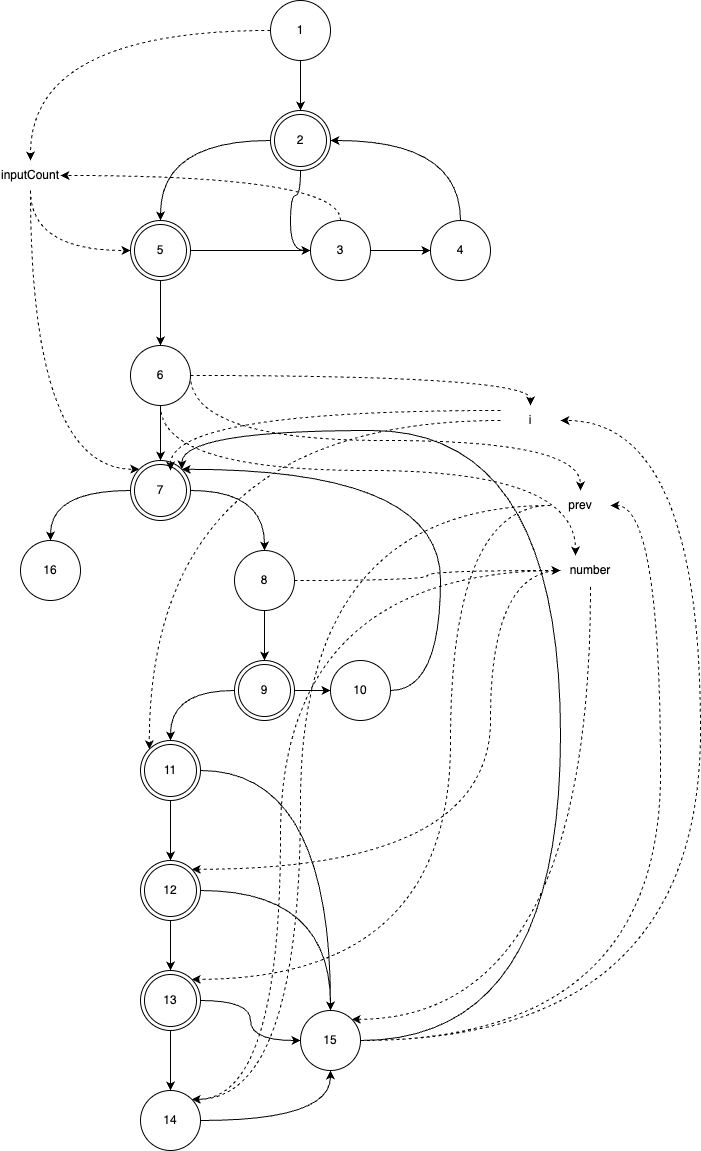
This is images/infoflow.png from sersh4nt/tpo, a draw.io export, as it was before one commit. Source tidied: cells renumbered, new cells last; positions are measured from the earlier drawing's top-left corner, leaving out a move shared by most shapes. Its diagram source:
```xml
<mxGraphModel>
  <root>
    <mxCell id="0" />
    <mxCell id="1" parent="0" />
    <mxCell id="2" style="edgeStyle=orthogonalEdgeStyle;curved=1;rounded=0;jettySize=auto;html=1;" parent="1" edge="1" source="4" target="16">
      <mxGeometry relative="1" as="geometry" />
    </mxCell>
    <mxCell id="3" style="edgeStyle=orthogonalEdgeStyle;curved=1;rounded=0;jettySize=auto;html=1;entryX=0;entryY=0.5;entryDx=0;entryDy=0;exitX=0.5;exitY=1;exitDx=0;exitDy=0;" parent="1" edge="1" source="4" target="11">
      <mxGeometry relative="1" as="geometry" />
    </mxCell>
    <mxCell id="4" value="2" style="ellipse;shape=doubleEllipse;whiteSpace=wrap;html=1;" parent="1" vertex="1">
      <mxGeometry x="270" y="110" width="60" height="60" as="geometry" />
    </mxCell>
    <mxCell id="5" style="edgeStyle=orthogonalEdgeStyle;rounded=0;jettySize=auto;html=1;curved=1;" parent="1" edge="1" source="7" target="4">
      <mxGeometry relative="1" as="geometry" />
    </mxCell>
    <mxCell id="6" style="edgeStyle=orthogonalEdgeStyle;rounded=0;jettySize=auto;html=1;curved=1;dashed=1;" parent="1" edge="1" source="7" target="52">
      <mxGeometry relative="1" as="geometry" />
    </mxCell>
    <mxCell id="7" value="1" style="ellipse;whiteSpace=wrap;html=1;" parent="1" vertex="1">
      <mxGeometry x="270" width="60" height="60" as="geometry" />
    </mxCell>
    <mxCell id="8" style="edgeStyle=orthogonalEdgeStyle;rounded=0;jettySize=auto;html=1;curved=1;" parent="1" edge="1" source="11" target="13">
      <mxGeometry relative="1" as="geometry" />
    </mxCell>
    <mxCell id="9" style="edgeStyle=orthogonalEdgeStyle;curved=1;rounded=0;jettySize=auto;html=1;" parent="1" edge="1" source="11" target="13">
      <mxGeometry relative="1" as="geometry" />
    </mxCell>
    <mxCell id="10" style="edgeStyle=orthogonalEdgeStyle;curved=1;rounded=0;jettySize=auto;html=1;entryX=1;entryY=0.5;entryDx=0;entryDy=0;dashed=1;" parent="1" edge="1" source="11" target="52">
      <mxGeometry relative="1" as="geometry">
        <Array as="points">
          <mxPoint x="340" y="175" />
        </Array>
      </mxGeometry>
    </mxCell>
    <mxCell id="11" value="3" style="ellipse;whiteSpace=wrap;html=1;" parent="1" vertex="1">
      <mxGeometry x="310" y="220" width="60" height="60" as="geometry" />
    </mxCell>
    <mxCell id="12" style="edgeStyle=orthogonalEdgeStyle;rounded=0;jettySize=auto;html=1;curved=1;exitX=0.5;exitY=0;exitDx=0;exitDy=0;" parent="1" edge="1" source="13" target="4">
      <mxGeometry relative="1" as="geometry">
        <Array as="points">
          <mxPoint x="460" y="140" />
        </Array>
      </mxGeometry>
    </mxCell>
    <mxCell id="13" value="4" style="ellipse;whiteSpace=wrap;html=1;" parent="1" vertex="1">
      <mxGeometry x="430" y="220" width="60" height="60" as="geometry" />
    </mxCell>
    <mxCell id="14" style="edgeStyle=orthogonalEdgeStyle;curved=1;rounded=0;jettySize=auto;html=1;" parent="1" edge="1" source="16" target="11">
      <mxGeometry relative="1" as="geometry" />
    </mxCell>
    <mxCell id="15" style="edgeStyle=orthogonalEdgeStyle;curved=1;rounded=0;jettySize=auto;html=1;" parent="1" edge="1" source="16" target="21">
      <mxGeometry relative="1" as="geometry" />
    </mxCell>
    <mxCell id="16" value="5" style="ellipse;shape=doubleEllipse;whiteSpace=wrap;html=1;" parent="1" vertex="1">
      <mxGeometry x="130" y="220" width="60" height="60" as="geometry" />
    </mxCell>
    <mxCell id="17" style="edgeStyle=orthogonalEdgeStyle;curved=1;rounded=0;jettySize=auto;html=1;" parent="1" edge="1" source="21" target="24">
      <mxGeometry relative="1" as="geometry" />
    </mxCell>
    <mxCell id="18" style="edgeStyle=orthogonalEdgeStyle;curved=1;rounded=0;jettySize=auto;html=1;entryX=0.5;entryY=0;entryDx=0;entryDy=0;dashed=1;" parent="1" edge="1" source="21" target="55">
      <mxGeometry relative="1" as="geometry" />
    </mxCell>
    <mxCell id="19" style="edgeStyle=orthogonalEdgeStyle;curved=1;rounded=0;jettySize=auto;html=1;entryX=0.5;entryY=0;entryDx=0;entryDy=0;dashed=1;" parent="1" edge="1" source="21" target="58">
      <mxGeometry relative="1" as="geometry">
        <Array as="points">
          <mxPoint x="190" y="440" />
          <mxPoint x="580" y="440" />
        </Array>
      </mxGeometry>
    </mxCell>
    <mxCell id="20" style="edgeStyle=orthogonalEdgeStyle;curved=1;rounded=0;jettySize=auto;html=1;entryX=0.25;entryY=0;entryDx=0;entryDy=0;dashed=1;" parent="1" edge="1" source="21" target="61">
      <mxGeometry relative="1" as="geometry">
        <Array as="points">
          <mxPoint x="160" y="470" />
          <mxPoint x="575" y="470" />
        </Array>
      </mxGeometry>
    </mxCell>
    <mxCell id="21" value="6" style="ellipse;whiteSpace=wrap;html=1;" parent="1" vertex="1">
      <mxGeometry x="130" y="345" width="60" height="60" as="geometry" />
    </mxCell>
    <mxCell id="22" style="edgeStyle=orthogonalEdgeStyle;curved=1;rounded=0;jettySize=auto;html=1;" parent="1" edge="1" source="24" target="25">
      <mxGeometry relative="1" as="geometry" />
    </mxCell>
    <mxCell id="23" style="edgeStyle=orthogonalEdgeStyle;curved=1;rounded=0;jettySize=auto;html=1;" parent="1" edge="1" source="24" target="28">
      <mxGeometry relative="1" as="geometry" />
    </mxCell>
    <mxCell id="24" value="7" style="ellipse;shape=doubleEllipse;whiteSpace=wrap;html=1;" parent="1" vertex="1">
      <mxGeometry x="130" y="460" width="60" height="60" as="geometry" />
    </mxCell>
    <mxCell id="25" value="16" style="ellipse;whiteSpace=wrap;html=1;" parent="1" vertex="1">
      <mxGeometry x="20" y="540" width="60" height="60" as="geometry" />
    </mxCell>
    <mxCell id="26" style="edgeStyle=orthogonalEdgeStyle;curved=1;rounded=0;jettySize=auto;html=1;entryX=0.5;entryY=0;entryDx=0;entryDy=0;" parent="1" edge="1" source="28" target="31">
      <mxGeometry relative="1" as="geometry" />
    </mxCell>
    <mxCell id="27" style="edgeStyle=orthogonalEdgeStyle;curved=1;rounded=0;jettySize=auto;html=1;entryX=0;entryY=0.5;entryDx=0;entryDy=0;dashed=1;" parent="1" edge="1" source="28" target="61">
      <mxGeometry relative="1" as="geometry" />
    </mxCell>
    <mxCell id="28" value="8" style="ellipse;whiteSpace=wrap;html=1;" parent="1" vertex="1">
      <mxGeometry x="234" y="550" width="60" height="60" as="geometry" />
    </mxCell>
    <mxCell id="29" style="edgeStyle=orthogonalEdgeStyle;curved=1;rounded=0;jettySize=auto;html=1;" parent="1" edge="1" source="31" target="33">
      <mxGeometry relative="1" as="geometry" />
    </mxCell>
    <mxCell id="30" style="edgeStyle=orthogonalEdgeStyle;curved=1;rounded=0;jettySize=auto;html=1;entryX=0.5;entryY=0;entryDx=0;entryDy=0;" parent="1" edge="1" source="31" target="36">
      <mxGeometry relative="1" as="geometry" />
    </mxCell>
    <mxCell id="31" value="9" style="ellipse;shape=doubleEllipse;whiteSpace=wrap;html=1;" parent="1" vertex="1">
      <mxGeometry x="234" y="660" width="60" height="60" as="geometry" />
    </mxCell>
    <mxCell id="32" style="edgeStyle=orthogonalEdgeStyle;curved=1;rounded=0;jettySize=auto;html=1;entryX=1;entryY=0;entryDx=0;entryDy=0;exitX=1;exitY=0.5;exitDx=0;exitDy=0;" parent="1" edge="1" source="33" target="24">
      <mxGeometry relative="1" as="geometry">
        <Array as="points">
          <mxPoint x="440" y="690" />
          <mxPoint x="440" y="469" />
        </Array>
      </mxGeometry>
    </mxCell>
    <mxCell id="33" value="10" style="ellipse;whiteSpace=wrap;html=1;" parent="1" vertex="1">
      <mxGeometry x="330" y="660" width="60" height="60" as="geometry" />
    </mxCell>
    <mxCell id="34" style="edgeStyle=orthogonalEdgeStyle;curved=1;rounded=0;jettySize=auto;html=1;" parent="1" edge="1" source="36" target="39">
      <mxGeometry relative="1" as="geometry" />
    </mxCell>
    <mxCell id="35" style="edgeStyle=orthogonalEdgeStyle;curved=1;rounded=0;jettySize=auto;html=1;" parent="1" edge="1" source="36" target="47">
      <mxGeometry relative="1" as="geometry" />
    </mxCell>
    <mxCell id="36" value="11" style="ellipse;shape=doubleEllipse;whiteSpace=wrap;html=1;" parent="1" vertex="1">
      <mxGeometry x="140" y="740" width="60" height="60" as="geometry" />
    </mxCell>
    <mxCell id="37" style="edgeStyle=orthogonalEdgeStyle;curved=1;rounded=0;jettySize=auto;html=1;" parent="1" edge="1" source="39" target="42">
      <mxGeometry relative="1" as="geometry" />
    </mxCell>
    <mxCell id="38" style="edgeStyle=orthogonalEdgeStyle;curved=1;rounded=0;jettySize=auto;html=1;" parent="1" edge="1" source="39" target="47">
      <mxGeometry relative="1" as="geometry" />
    </mxCell>
    <mxCell id="39" value="12" style="ellipse;shape=doubleEllipse;whiteSpace=wrap;html=1;" parent="1" vertex="1">
      <mxGeometry x="140" y="860" width="60" height="60" as="geometry" />
    </mxCell>
    <mxCell id="40" style="edgeStyle=orthogonalEdgeStyle;curved=1;rounded=0;jettySize=auto;html=1;entryX=0;entryY=0.5;entryDx=0;entryDy=0;" parent="1" edge="1" source="42" target="47">
      <mxGeometry relative="1" as="geometry" />
    </mxCell>
    <mxCell id="41" style="edgeStyle=orthogonalEdgeStyle;curved=1;rounded=0;jettySize=auto;html=1;" parent="1" edge="1" source="42" target="49">
      <mxGeometry relative="1" as="geometry" />
    </mxCell>
    <mxCell id="42" value="13" style="ellipse;shape=doubleEllipse;whiteSpace=wrap;html=1;" parent="1" vertex="1">
      <mxGeometry x="140" y="970" width="60" height="60" as="geometry" />
    </mxCell>
    <mxCell id="43" style="edgeStyle=orthogonalEdgeStyle;curved=1;rounded=0;jettySize=auto;html=1;entryX=1;entryY=0;entryDx=0;entryDy=0;" parent="1" edge="1" source="47" target="24">
      <mxGeometry relative="1" as="geometry">
        <Array as="points">
          <mxPoint x="560" y="1040" />
          <mxPoint x="560" y="430" />
          <mxPoint x="181" y="430" />
        </Array>
      </mxGeometry>
    </mxCell>
    <mxCell id="44" style="edgeStyle=orthogonalEdgeStyle;curved=1;rounded=0;jettySize=auto;html=1;dashed=1;startArrow=classic;startFill=1;endArrow=none;endFill=0;exitX=1;exitY=0;exitDx=0;exitDy=0;" parent="1" edge="1" source="47" target="61">
      <mxGeometry relative="1" as="geometry">
        <Array as="points">
          <mxPoint x="590" y="1019" />
        </Array>
      </mxGeometry>
    </mxCell>
    <mxCell id="45" style="edgeStyle=orthogonalEdgeStyle;curved=1;rounded=0;jettySize=auto;html=1;dashed=1;" parent="1" edge="1" source="47" target="58">
      <mxGeometry relative="1" as="geometry">
        <Array as="points">
          <mxPoint x="660" y="1040" />
          <mxPoint x="660" y="505" />
        </Array>
      </mxGeometry>
    </mxCell>
    <mxCell id="46" style="edgeStyle=orthogonalEdgeStyle;curved=1;rounded=0;jettySize=auto;html=1;entryX=1;entryY=0.5;entryDx=0;entryDy=0;dashed=1;" parent="1" edge="1" source="47" target="55">
      <mxGeometry relative="1" as="geometry">
        <Array as="points">
          <mxPoint x="700" y="1040" />
          <mxPoint x="700" y="420" />
        </Array>
      </mxGeometry>
    </mxCell>
    <mxCell id="47" value="15" style="ellipse;whiteSpace=wrap;html=1;" parent="1" vertex="1">
      <mxGeometry x="300" y="1010" width="60" height="60" as="geometry" />
    </mxCell>
    <mxCell id="48" style="edgeStyle=orthogonalEdgeStyle;curved=1;rounded=0;jettySize=auto;html=1;" parent="1" edge="1" source="49" target="47">
      <mxGeometry relative="1" as="geometry" />
    </mxCell>
    <mxCell id="49" value="14" style="ellipse;whiteSpace=wrap;html=1;" parent="1" vertex="1">
      <mxGeometry x="140" y="1090" width="60" height="60" as="geometry" />
    </mxCell>
    <mxCell id="50" style="edgeStyle=orthogonalEdgeStyle;curved=1;rounded=0;jettySize=auto;html=1;entryX=0;entryY=0.5;entryDx=0;entryDy=0;dashed=1;" parent="1" edge="1" source="52" target="16">
      <mxGeometry relative="1" as="geometry">
        <Array as="points">
          <mxPoint x="30" y="250" />
        </Array>
      </mxGeometry>
    </mxCell>
    <mxCell id="51" style="edgeStyle=orthogonalEdgeStyle;curved=1;rounded=0;jettySize=auto;html=1;entryX=0;entryY=0;entryDx=0;entryDy=0;dashed=1;" parent="1" edge="1" source="52" target="24">
      <mxGeometry relative="1" as="geometry">
        <Array as="points">
          <mxPoint x="30" y="469" />
        </Array>
      </mxGeometry>
    </mxCell>
    <mxCell id="52" value="inputCount" style="text;html=1;strokeColor=none;fillColor=none;align=center;verticalAlign=middle;whiteSpace=wrap;rounded=0;" parent="1" vertex="1">
      <mxGeometry y="160" width="60" height="30" as="geometry" />
    </mxCell>
    <mxCell id="53" style="edgeStyle=orthogonalEdgeStyle;curved=1;rounded=0;jettySize=auto;html=1;entryX=0.667;entryY=0.167;entryDx=0;entryDy=0;entryPerimeter=0;dashed=1;" parent="1" edge="1" source="55" target="24">
      <mxGeometry relative="1" as="geometry">
        <Array as="points">
          <mxPoint x="170" y="410" />
        </Array>
      </mxGeometry>
    </mxCell>
    <mxCell id="54" style="edgeStyle=orthogonalEdgeStyle;curved=1;rounded=0;jettySize=auto;html=1;entryX=0;entryY=0;entryDx=0;entryDy=0;dashed=1;" parent="1" edge="1" source="55" target="36">
      <mxGeometry relative="1" as="geometry" />
    </mxCell>
    <mxCell id="55" value="i" style="text;html=1;strokeColor=none;fillColor=none;align=center;verticalAlign=middle;whiteSpace=wrap;rounded=0;" parent="1" vertex="1">
      <mxGeometry x="500" y="405" width="60" height="30" as="geometry" />
    </mxCell>
    <mxCell id="56" style="edgeStyle=orthogonalEdgeStyle;curved=1;rounded=0;jettySize=auto;html=1;entryX=1;entryY=0;entryDx=0;entryDy=0;dashed=1;" parent="1" edge="1" source="58" target="42">
      <mxGeometry relative="1" as="geometry">
        <Array as="points">
          <mxPoint x="450" y="505" />
          <mxPoint x="450" y="979" />
        </Array>
      </mxGeometry>
    </mxCell>
    <mxCell id="57" style="edgeStyle=orthogonalEdgeStyle;curved=1;rounded=0;jettySize=auto;html=1;entryX=1;entryY=0;entryDx=0;entryDy=0;dashed=1;" parent="1" edge="1" source="58" target="49">
      <mxGeometry relative="1" as="geometry">
        <Array as="points">
          <mxPoint x="300" y="505" />
          <mxPoint x="300" y="1099" />
        </Array>
      </mxGeometry>
    </mxCell>
    <mxCell id="58" value="prev" style="text;html=1;strokeColor=none;fillColor=none;align=center;verticalAlign=middle;whiteSpace=wrap;rounded=0;" parent="1" vertex="1">
      <mxGeometry x="550" y="490" width="60" height="30" as="geometry" />
    </mxCell>
    <mxCell id="59" style="edgeStyle=orthogonalEdgeStyle;curved=1;rounded=0;jettySize=auto;html=1;entryX=1;entryY=0;entryDx=0;entryDy=0;dashed=1;" parent="1" edge="1" source="61" target="39">
      <mxGeometry relative="1" as="geometry">
        <Array as="points">
          <mxPoint x="490" y="570" />
          <mxPoint x="490" y="869" />
        </Array>
      </mxGeometry>
    </mxCell>
    <mxCell id="60" style="edgeStyle=orthogonalEdgeStyle;curved=1;rounded=0;jettySize=auto;html=1;entryX=1;entryY=0;entryDx=0;entryDy=0;dashed=1;" parent="1" edge="1" source="61" target="49">
      <mxGeometry relative="1" as="geometry">
        <Array as="points">
          <mxPoint x="280" y="570" />
          <mxPoint x="280" y="1099" />
        </Array>
      </mxGeometry>
    </mxCell>
    <mxCell id="61" value="number" style="text;html=1;strokeColor=none;fillColor=none;align=center;verticalAlign=middle;whiteSpace=wrap;rounded=0;" parent="1" vertex="1">
      <mxGeometry x="560" y="555" width="60" height="30" as="geometry" />
    </mxCell>
  </root>
</mxGraphModel>
```
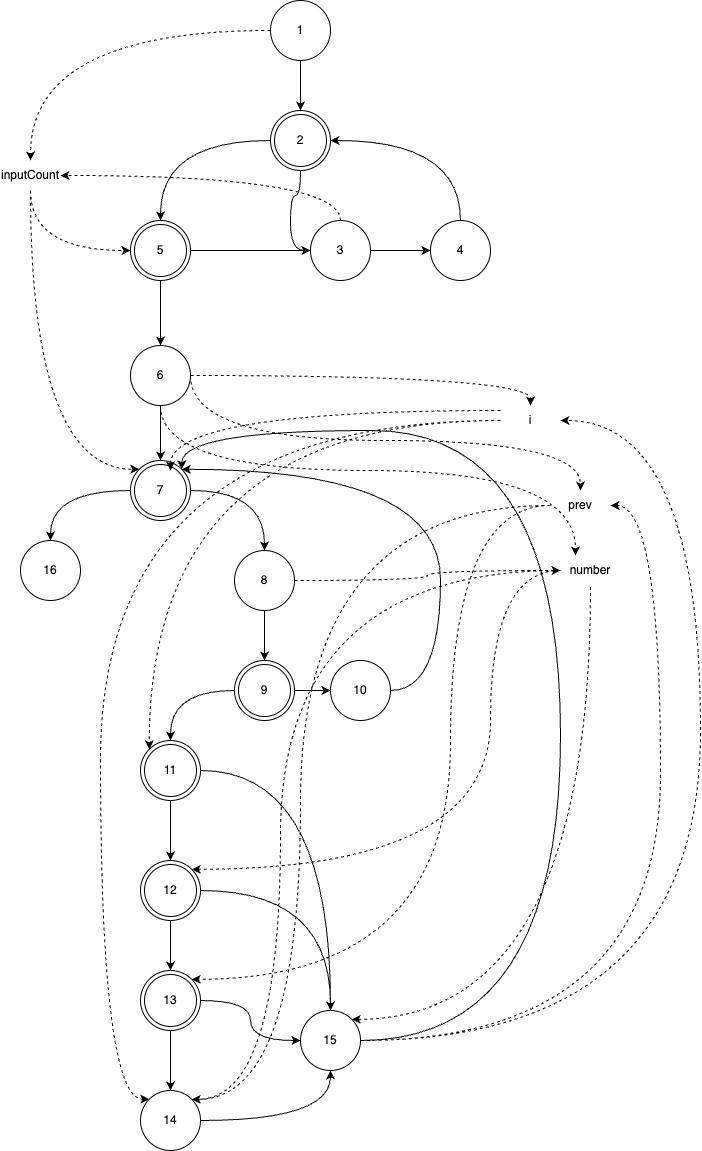
Later version of the same file.

Change to the diagram source:
```diff
@@ -216,6 +216,14 @@
     <mxCell id="54" style="edgeStyle=orthogonalEdgeStyle;curved=1;rounded=0;jettySize=auto;html=1;entryX=0;entryY=0;entryDx=0;entryDy=0;dashed=1;" parent="1" edge="1" source="55" target="36">
       <mxGeometry relative="1" as="geometry" />
     </mxCell>
+    <mxCell id="62" style="edgeStyle=orthogonalEdgeStyle;rounded=0;jettySize=auto;html=1;entryX=0;entryY=0;entryDx=0;entryDy=0;curved=1;dashed=1;" parent="1" edge="1" source="55" target="49">
+      <mxGeometry relative="1" as="geometry">
+        <Array as="points">
+          <mxPoint x="100" y="420" />
+          <mxPoint x="100" y="1099" />
+        </Array>
+      </mxGeometry>
+    </mxCell>
     <mxCell id="55" value="i" style="text;html=1;strokeColor=none;fillColor=none;align=center;verticalAlign=middle;whiteSpace=wrap;rounded=0;" parent="1" vertex="1">
       <mxGeometry x="500" y="405" width="60" height="30" as="geometry" />
     </mxCell>
```
